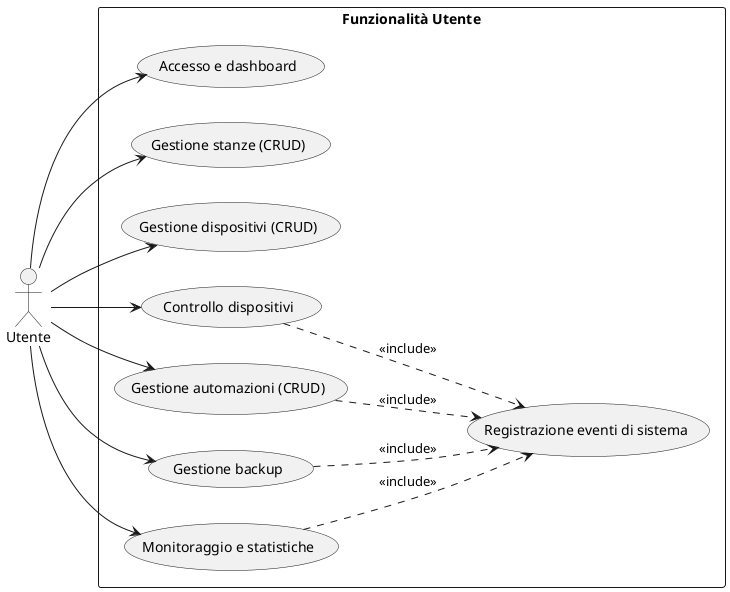
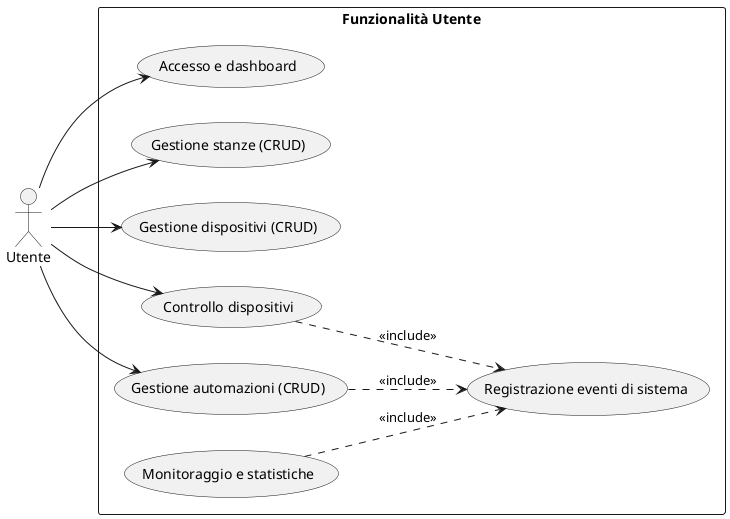
@startuml
left to right direction

actor "Utente" as U

rectangle "Funzionalità Utente" {
  usecase "Accesso e dashboard" as UC1
  usecase "Gestione stanze (CRUD)" as UC2
  usecase "Gestione dispositivi (CRUD)" as UC3
  usecase "Controllo dispositivi" as UC4
  usecase "Gestione automazioni (CRUD)" as UC5
-   usecase "Gestione backup" as UC7
  usecase "Monitoraggio e statistiche" as UC8
  usecase "Registrazione eventi di sistema" as UCE1
}

U --> UC1
U --> UC2
U --> UC3
U --> UC4
U --> UC5
- U --> UC7
- U --> UC8

UC4 ..> UCE1 : <<include>>
UC5 ..> UCE1 : <<include>>
- UC7 ..> UCE1 : <<include>>
UC8 ..> UCE1 : <<include>>

@enduml
